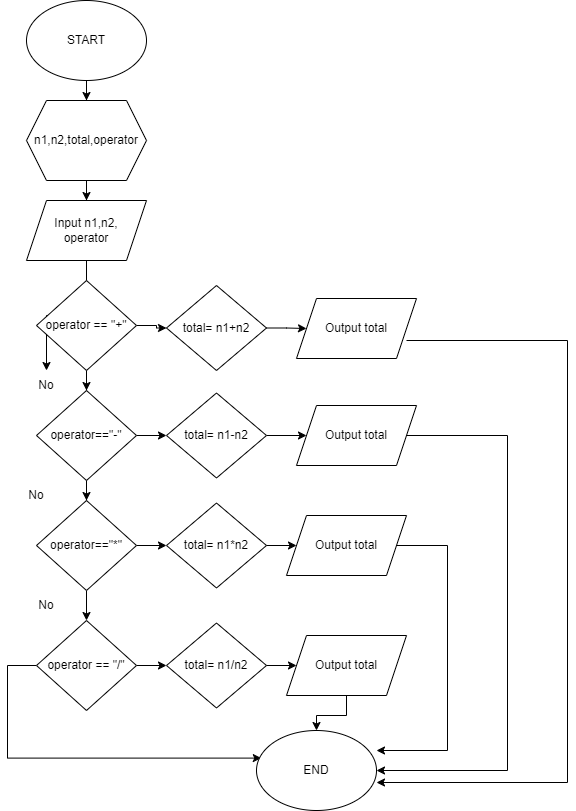
Before: calculator.drawio.png, a diagram exported from draw.io (KhiCode/Flowchart). Source tidied: cells renumbered, new cells last; positions are measured from the earlier drawing's top-left corner, leaving out a move shared by most shapes. Its diagram source:
```xml
<mxGraphModel>
  <root>
    <mxCell id="0" />
    <mxCell id="1" parent="0" />
    <mxCell id="2" style="edgeStyle=orthogonalEdgeStyle;rounded=0;jettySize=auto;html=1;" parent="1" edge="1" source="3" target="5">
      <mxGeometry relative="1" as="geometry" />
    </mxCell>
    <mxCell id="3" value="START" style="ellipse;whiteSpace=wrap;html=1;" parent="1" vertex="1">
      <mxGeometry x="20" width="120" height="80" as="geometry" />
    </mxCell>
    <mxCell id="4" style="edgeStyle=orthogonalEdgeStyle;rounded=0;jettySize=auto;html=1;" parent="1" edge="1" source="5" target="7">
      <mxGeometry relative="1" as="geometry" />
    </mxCell>
    <mxCell id="5" value="n1,n2,total,operator" style="shape=hexagon;perimeter=hexagonPerimeter2;whiteSpace=wrap;html=1;fixedSize=1;" parent="1" vertex="1">
      <mxGeometry x="20" y="100" width="120" height="80" as="geometry" />
    </mxCell>
    <mxCell id="6" style="edgeStyle=orthogonalEdgeStyle;rounded=0;jettySize=auto;html=1;" parent="1" edge="1" source="7" target="21">
      <mxGeometry relative="1" as="geometry" />
    </mxCell>
    <mxCell id="7" value="Input n1,n2,&lt;br&gt;operator" style="shape=parallelogram;perimeter=parallelogramPerimeter;whiteSpace=wrap;html=1;fixedSize=1;" parent="1" vertex="1">
      <mxGeometry x="20" y="200" width="120" height="60" as="geometry" />
    </mxCell>
    <mxCell id="8" style="edgeStyle=orthogonalEdgeStyle;rounded=0;jettySize=auto;html=1;" parent="1" edge="1" source="10" target="13">
      <mxGeometry relative="1" as="geometry" />
    </mxCell>
    <mxCell id="9" style="edgeStyle=orthogonalEdgeStyle;rounded=0;jettySize=auto;html=1;" parent="1" edge="1" source="10" target="25">
      <mxGeometry relative="1" as="geometry" />
    </mxCell>
    <mxCell id="10" value="operator == &quot;+&quot;" style="rhombus;whiteSpace=wrap;html=1;" parent="1" vertex="1">
      <mxGeometry x="30" y="280" width="100" height="90" as="geometry" />
    </mxCell>
    <mxCell id="11" style="edgeStyle=orthogonalEdgeStyle;rounded=0;jettySize=auto;html=1;" parent="1" edge="1" source="13" target="16">
      <mxGeometry relative="1" as="geometry" />
    </mxCell>
    <mxCell id="12" style="edgeStyle=orthogonalEdgeStyle;rounded=0;jettySize=auto;html=1;" parent="1" edge="1" source="13" target="27">
      <mxGeometry relative="1" as="geometry" />
    </mxCell>
    <mxCell id="13" value="operator==&quot;-&quot;" style="rhombus;whiteSpace=wrap;html=1;" parent="1" vertex="1">
      <mxGeometry x="30" y="390" width="100" height="90" as="geometry" />
    </mxCell>
    <mxCell id="14" style="edgeStyle=orthogonalEdgeStyle;rounded=0;jettySize=auto;html=1;" parent="1" edge="1" source="16" target="19">
      <mxGeometry relative="1" as="geometry" />
    </mxCell>
    <mxCell id="15" style="edgeStyle=orthogonalEdgeStyle;rounded=0;jettySize=auto;html=1;" parent="1" edge="1" source="16" target="29">
      <mxGeometry relative="1" as="geometry" />
    </mxCell>
    <mxCell id="16" value="operator==&quot;*&quot;" style="rhombus;whiteSpace=wrap;html=1;" parent="1" vertex="1">
      <mxGeometry x="30" y="500" width="100" height="90" as="geometry" />
    </mxCell>
    <mxCell id="17" style="edgeStyle=orthogonalEdgeStyle;rounded=0;jettySize=auto;html=1;entryX=0.04;entryY=0.345;entryDx=0;entryDy=0;entryPerimeter=0;" parent="1" edge="1" source="19" target="20">
      <mxGeometry relative="1" as="geometry">
        <Array as="points">
          <mxPoint x="1" y="665" />
          <mxPoint x="1" y="758" />
        </Array>
      </mxGeometry>
    </mxCell>
    <mxCell id="18" style="edgeStyle=orthogonalEdgeStyle;rounded=0;jettySize=auto;html=1;" parent="1" edge="1" source="19" target="31">
      <mxGeometry relative="1" as="geometry" />
    </mxCell>
    <mxCell id="19" value="operator == &quot;/&quot;" style="rhombus;whiteSpace=wrap;html=1;" parent="1" vertex="1">
      <mxGeometry x="30" y="620" width="100" height="90" as="geometry" />
    </mxCell>
    <mxCell id="20" value="END" style="ellipse;whiteSpace=wrap;html=1;" parent="1" vertex="1">
      <mxGeometry x="250" y="730" width="120" height="80" as="geometry" />
    </mxCell>
    <mxCell id="21" value="No" style="text;html=1;strokeColor=none;fillColor=none;align=center;verticalAlign=middle;whiteSpace=wrap;rounded=0;" parent="1" vertex="1">
      <mxGeometry x="10" y="370" width="60" height="30" as="geometry" />
    </mxCell>
    <mxCell id="22" value="No" style="text;html=1;strokeColor=none;fillColor=none;align=center;verticalAlign=middle;whiteSpace=wrap;rounded=0;" parent="1" vertex="1">
      <mxGeometry y="480" width="60" height="30" as="geometry" />
    </mxCell>
    <mxCell id="23" value="No" style="text;html=1;strokeColor=none;fillColor=none;align=center;verticalAlign=middle;whiteSpace=wrap;rounded=0;" parent="1" vertex="1">
      <mxGeometry x="10" y="590" width="60" height="30" as="geometry" />
    </mxCell>
    <mxCell id="24" style="edgeStyle=orthogonalEdgeStyle;rounded=0;jettySize=auto;html=1;" parent="1" edge="1" source="25" target="33">
      <mxGeometry relative="1" as="geometry" />
    </mxCell>
    <mxCell id="25" value="total= n1+n2" style="rhombus;whiteSpace=wrap;html=1;" parent="1" vertex="1">
      <mxGeometry x="160" y="285" width="100" height="85" as="geometry" />
    </mxCell>
    <mxCell id="26" style="edgeStyle=orthogonalEdgeStyle;rounded=0;jettySize=auto;html=1;" parent="1" edge="1" source="27" target="35">
      <mxGeometry relative="1" as="geometry" />
    </mxCell>
    <mxCell id="27" value="total= n1-n2" style="rhombus;whiteSpace=wrap;html=1;" parent="1" vertex="1">
      <mxGeometry x="160" y="392.5" width="100" height="85" as="geometry" />
    </mxCell>
    <mxCell id="28" style="edgeStyle=orthogonalEdgeStyle;rounded=0;jettySize=auto;html=1;" parent="1" edge="1" source="29" target="37">
      <mxGeometry relative="1" as="geometry" />
    </mxCell>
    <mxCell id="29" value="total= n1*n2" style="rhombus;whiteSpace=wrap;html=1;" parent="1" vertex="1">
      <mxGeometry x="160" y="502.5" width="100" height="85" as="geometry" />
    </mxCell>
    <mxCell id="30" style="edgeStyle=orthogonalEdgeStyle;rounded=0;jettySize=auto;html=1;" parent="1" edge="1" source="31" target="39">
      <mxGeometry relative="1" as="geometry" />
    </mxCell>
    <mxCell id="31" value="total= n1/n2" style="rhombus;whiteSpace=wrap;html=1;" parent="1" vertex="1">
      <mxGeometry x="160" y="622.5" width="100" height="85" as="geometry" />
    </mxCell>
    <mxCell id="32" style="edgeStyle=orthogonalEdgeStyle;rounded=0;orthogonalLoop=1;jettySize=auto;html=1;entryX=1;entryY=0.5;entryDx=0;entryDy=0;" parent="1" edge="1">
      <mxGeometry relative="1" as="geometry">
        <mxPoint x="400" y="340" as="sourcePoint" />
        <mxPoint x="370" y="782" as="targetPoint" />
        <Array as="points">
          <mxPoint x="561" y="340" />
          <mxPoint x="561" y="782" />
        </Array>
      </mxGeometry>
    </mxCell>
    <mxCell id="33" value="Output total" style="shape=parallelogram;perimeter=parallelogramPerimeter;whiteSpace=wrap;html=1;fixedSize=1;" parent="1" vertex="1">
      <mxGeometry x="290" y="298" width="120" height="60" as="geometry" />
    </mxCell>
    <mxCell id="34" style="edgeStyle=orthogonalEdgeStyle;rounded=0;jettySize=auto;html=1;entryX=1;entryY=0.5;entryDx=0;entryDy=0;" parent="1" edge="1" source="35" target="20">
      <mxGeometry relative="1" as="geometry">
        <Array as="points">
          <mxPoint x="501" y="435" />
          <mxPoint x="501" y="770" />
        </Array>
      </mxGeometry>
    </mxCell>
    <mxCell id="35" value="Output total" style="shape=parallelogram;perimeter=parallelogramPerimeter;whiteSpace=wrap;html=1;fixedSize=1;" parent="1" vertex="1">
      <mxGeometry x="290" y="405" width="120" height="60" as="geometry" />
    </mxCell>
    <mxCell id="36" style="edgeStyle=orthogonalEdgeStyle;rounded=0;jettySize=auto;html=1;entryX=1;entryY=0.25;entryDx=0;entryDy=0;entryPerimeter=0;" parent="1" edge="1" source="37" target="20">
      <mxGeometry relative="1" as="geometry">
        <Array as="points">
          <mxPoint x="441" y="545" />
          <mxPoint x="441" y="750" />
        </Array>
      </mxGeometry>
    </mxCell>
    <mxCell id="37" value="Output total" style="shape=parallelogram;perimeter=parallelogramPerimeter;whiteSpace=wrap;html=1;fixedSize=1;" parent="1" vertex="1">
      <mxGeometry x="280" y="515" width="120" height="60" as="geometry" />
    </mxCell>
    <mxCell id="38" style="edgeStyle=orthogonalEdgeStyle;rounded=0;jettySize=auto;html=1;" parent="1" edge="1" source="39" target="20">
      <mxGeometry relative="1" as="geometry" />
    </mxCell>
    <mxCell id="39" value="Output total" style="shape=parallelogram;perimeter=parallelogramPerimeter;whiteSpace=wrap;html=1;fixedSize=1;" parent="1" vertex="1">
      <mxGeometry x="280" y="635" width="120" height="60" as="geometry" />
    </mxCell>
  </root>
</mxGraphModel>
```
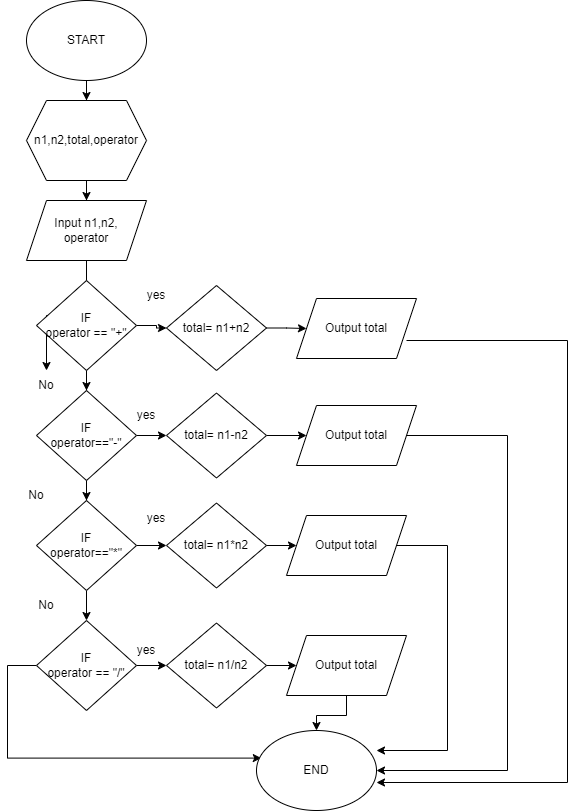
Above is the later version.

Change to the diagram source:
```diff
@@ -26,7 +26,7 @@
     <mxCell id="9" style="edgeStyle=orthogonalEdgeStyle;rounded=0;jettySize=auto;html=1;" parent="1" edge="1" source="10" target="25">
       <mxGeometry relative="1" as="geometry" />
     </mxCell>
-    <mxCell id="10" value="operator == &quot;+&quot;" style="rhombus;whiteSpace=wrap;html=1;" parent="1" vertex="1">
+    <mxCell id="10" value="IF&lt;br&gt;operator == &quot;+&quot;" style="rhombus;whiteSpace=wrap;html=1;" parent="1" vertex="1">
       <mxGeometry x="30" y="280" width="100" height="90" as="geometry" />
     </mxCell>
     <mxCell id="11" style="edgeStyle=orthogonalEdgeStyle;rounded=0;jettySize=auto;html=1;" parent="1" edge="1" source="13" target="16">
@@ -35,7 +35,7 @@
     <mxCell id="12" style="edgeStyle=orthogonalEdgeStyle;rounded=0;jettySize=auto;html=1;" parent="1" edge="1" source="13" target="27">
       <mxGeometry relative="1" as="geometry" />
     </mxCell>
-    <mxCell id="13" value="operator==&quot;-&quot;" style="rhombus;whiteSpace=wrap;html=1;" parent="1" vertex="1">
+    <mxCell id="13" value="IF&lt;br&gt;operator==&quot;-&quot;" style="rhombus;whiteSpace=wrap;html=1;" parent="1" vertex="1">
       <mxGeometry x="30" y="390" width="100" height="90" as="geometry" />
     </mxCell>
     <mxCell id="14" style="edgeStyle=orthogonalEdgeStyle;rounded=0;jettySize=auto;html=1;" parent="1" edge="1" source="16" target="19">
@@ -44,7 +44,7 @@
     <mxCell id="15" style="edgeStyle=orthogonalEdgeStyle;rounded=0;jettySize=auto;html=1;" parent="1" edge="1" source="16" target="29">
       <mxGeometry relative="1" as="geometry" />
     </mxCell>
-    <mxCell id="16" value="operator==&quot;*&quot;" style="rhombus;whiteSpace=wrap;html=1;" parent="1" vertex="1">
+    <mxCell id="16" value="IF&lt;br&gt;operator==&quot;*&quot;" style="rhombus;whiteSpace=wrap;html=1;" parent="1" vertex="1">
       <mxGeometry x="30" y="500" width="100" height="90" as="geometry" />
     </mxCell>
     <mxCell id="17" style="edgeStyle=orthogonalEdgeStyle;rounded=0;jettySize=auto;html=1;entryX=0.04;entryY=0.345;entryDx=0;entryDy=0;entryPerimeter=0;" parent="1" edge="1" source="19" target="20">
@@ -58,7 +58,7 @@
     <mxCell id="18" style="edgeStyle=orthogonalEdgeStyle;rounded=0;jettySize=auto;html=1;" parent="1" edge="1" source="19" target="31">
       <mxGeometry relative="1" as="geometry" />
     </mxCell>
-    <mxCell id="19" value="operator == &quot;/&quot;" style="rhombus;whiteSpace=wrap;html=1;" parent="1" vertex="1">
+    <mxCell id="19" value="IF&lt;br&gt;operator == &quot;/&quot;" style="rhombus;whiteSpace=wrap;html=1;" parent="1" vertex="1">
       <mxGeometry x="30" y="620" width="100" height="90" as="geometry" />
     </mxCell>
     <mxCell id="20" value="END" style="ellipse;whiteSpace=wrap;html=1;" parent="1" vertex="1">
@@ -138,5 +138,17 @@
     <mxCell id="39" value="Output total" style="shape=parallelogram;perimeter=parallelogramPerimeter;whiteSpace=wrap;html=1;fixedSize=1;" parent="1" vertex="1">
       <mxGeometry x="280" y="635" width="120" height="60" as="geometry" />
     </mxCell>
+    <mxCell id="40" value="yes" style="text;html=1;strokeColor=none;fillColor=none;align=center;verticalAlign=middle;whiteSpace=wrap;rounded=0;" parent="1" vertex="1">
+      <mxGeometry x="120" y="280" width="60" height="30" as="geometry" />
+    </mxCell>
+    <mxCell id="41" value="yes" style="text;html=1;strokeColor=none;fillColor=none;align=center;verticalAlign=middle;whiteSpace=wrap;rounded=0;" parent="1" vertex="1">
+      <mxGeometry x="110" y="400" width="60" height="30" as="geometry" />
+    </mxCell>
+    <mxCell id="42" value="yes" style="text;html=1;strokeColor=none;fillColor=none;align=center;verticalAlign=middle;whiteSpace=wrap;rounded=0;" parent="1" vertex="1">
+      <mxGeometry x="120" y="502.5" width="60" height="30" as="geometry" />
+    </mxCell>
+    <mxCell id="43" value="yes" style="text;html=1;strokeColor=none;fillColor=none;align=center;verticalAlign=middle;whiteSpace=wrap;rounded=0;" parent="1" vertex="1">
+      <mxGeometry x="110" y="635" width="60" height="30" as="geometry" />
+    </mxCell>
   </root>
 </mxGraphModel>
```
